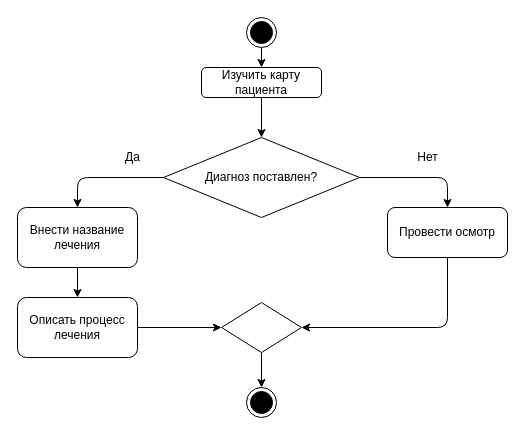
VikaYakunina/lemongatorade keeps this draw.io diagram as DAoSS/Диаграмма_активности_лечение.drawio. Above is the earlier version. Source tidied: cells renumbered, new cells numbered last; positions are measured from the earlier drawing's top-left corner, leaving out a move shared by most shapes. Both pictures are drawn from the tidied source at 100%, with x=0, y=0 at pixel (17, 17).
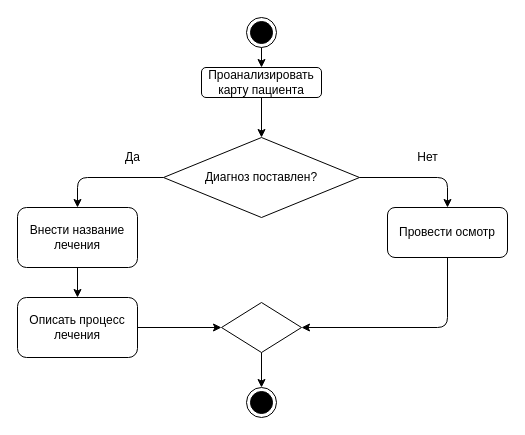
The same page after the edit.

What changed in the source:
```diff
@@
 <mxGraphModel>
   <root>
     <mxCell id="0" />
     <mxCell id="1" parent="0" />
     <mxCell id="2" style="ellipse;html=1;shape=endState;fillColor=#000000;strokeColor=#000000;" parent="1" vertex="1">
       <mxGeometry x="229" width="30" height="30" as="geometry" />
     </mxCell>
     <mxCell id="3" style="endArrow=classic;html=1;exitX=0.5;exitY=1;exitDx=0;exitDy=0;entryX=0.5;entryY=0;entryDx=0;entryDy=0;" parent="1" edge="1" source="2" target="4">
       <mxGeometry relative="1" as="geometry" />
     </mxCell>
-    <mxCell id="4" value="Изучить карту пациента" style="rounded=1;whiteSpace=wrap;html=1;" parent="1" vertex="1">
+    <mxCell id="4" value="Проанализировать карту пациента" style="rounded=1;whiteSpace=wrap;html=1;" parent="1" vertex="1">
       <mxGeometry x="184" y="50" width="120" height="30" as="geometry" />
     </mxCell>
     <mxCell id="5" style="endArrow=classic;html=1;exitX=0.5;exitY=1;exitDx=0;exitDy=0;entryX=0.5;entryY=0;entryDx=0;entryDy=0;" parent="1" edge="1" source="4" target="6">
       <mxGeometry relative="1" as="geometry" />
     </mxCell>
     <mxCell id="6" value="Диагноз поставлен?" style="rhombus;whiteSpace=wrap;html=1;" parent="1" vertex="1">
       <mxGeometry x="146" y="120" width="196" height="80" as="geometry" />
     </mxCell>
     <mxCell id="7" style="endArrow=classic;html=1;exitX=0;exitY=0.5;exitDx=0;exitDy=0;edgeStyle=orthogonalEdgeStyle;entryX=0.5;entryY=0;entryDx=0;entryDy=0;" parent="1" edge="1" source="6" target="10">
       <mxGeometry relative="1" as="geometry" />
     </mxCell>
     <mxCell id="8" value="Да" style="text;html=1;align=center;verticalAlign=middle;fillColor=none;strokeColor=none;rounded=0;" parent="1" vertex="1">
       <mxGeometry x="100" y="130" width="30" height="20" as="geometry" />
     </mxCell>
     <mxCell id="9" value="Нет" style="text;html=1;align=center;verticalAlign=middle;fillColor=none;strokeColor=none;rounded=0;" parent="1" vertex="1">
       <mxGeometry x="390" y="130" width="40" height="20" as="geometry" />
     </mxCell>
     <mxCell id="10" value="Внести название лечения" style="rounded=1;whiteSpace=wrap;html=1;" parent="1" vertex="1">
       <mxGeometry y="190" width="120" height="60" as="geometry" />
     </mxCell>
     <mxCell id="11" style="endArrow=classic;html=1;exitX=0.5;exitY=1;exitDx=0;exitDy=0;entryX=0.5;entryY=0;entryDx=0;entryDy=0;" parent="1" edge="1" source="10" target="12">
       <mxGeometry relative="1" as="geometry" />
     </mxCell>
     <mxCell id="12" value="Описать процесс лечения" style="rounded=1;whiteSpace=wrap;html=1;" parent="1" vertex="1">
       <mxGeometry y="280" width="120" height="60" as="geometry" />
     </mxCell>
     <mxCell id="13" style="rhombus;whiteSpace=wrap;html=1;" parent="1" vertex="1">
       <mxGeometry x="204" y="285" width="80" height="50" as="geometry" />
     </mxCell>
     <mxCell id="14" style="endArrow=classic;html=1;exitX=1;exitY=0.5;exitDx=0;exitDy=0;entryX=0;entryY=0.5;entryDx=0;entryDy=0;" parent="1" edge="1" source="12" target="13">
       <mxGeometry relative="1" as="geometry" />
     </mxCell>
     <mxCell id="15" value="Провести осмотр" style="rounded=1;whiteSpace=wrap;html=1;" parent="1" vertex="1">
       <mxGeometry x="370" y="190" width="120" height="50" as="geometry" />
     </mxCell>
     <mxCell id="16" style="endArrow=classic;html=1;exitX=1;exitY=0.5;exitDx=0;exitDy=0;entryX=0.5;entryY=0;entryDx=0;entryDy=0;edgeStyle=orthogonalEdgeStyle;" parent="1" edge="1" source="6" target="15">
       <mxGeometry relative="1" as="geometry" />
     </mxCell>
     <mxCell id="17" style="endArrow=classic;html=1;exitX=0.5;exitY=1;exitDx=0;exitDy=0;entryX=1;entryY=0.5;entryDx=0;entryDy=0;edgeStyle=orthogonalEdgeStyle;" parent="1" edge="1" source="15" target="13">
       <mxGeometry relative="1" as="geometry" />
     </mxCell>
     <mxCell id="18" style="endArrow=classic;html=1;exitX=0.5;exitY=1;exitDx=0;exitDy=0;entryX=0.5;entryY=0;entryDx=0;entryDy=0;" parent="1" edge="1" source="13" target="19">
       <mxGeometry relative="1" as="geometry" />
     </mxCell>
     <mxCell id="19" style="ellipse;html=1;shape=endState;fillColor=#000000;strokeColor=#000000;" parent="1" vertex="1">
       <mxGeometry x="229" y="370" width="30" height="30" as="geometry" />
     </mxCell>
   </root>
 </mxGraphModel>
```
